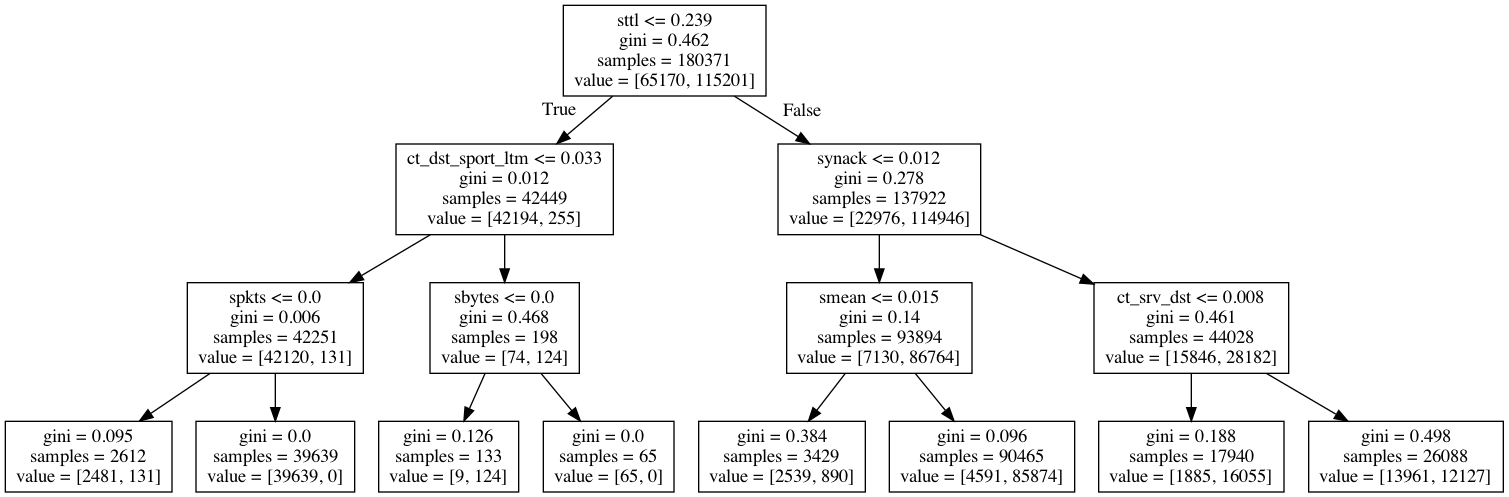
divyaKh/CMPE255Project keeps this Graphviz diagram as 5.ML_Models/baseline/images/decisionTree_minmax.png. Above is the earlier version. Its source is kept beside it as 5.ML_Models/baseline/images/decisionTree_minmax.dot. Its diagram source:
```dot
digraph Tree {
node [shape=box] ;
0 [label="sttl <= 0.239\ngini = 0.462\nsamples = 180371\nvalue = [65170, 115201]"] ;
1 [label="ct_dst_sport_ltm <= 0.033\ngini = 0.012\nsamples = 42449\nvalue = [42194, 255]"] ;
0 -> 1 [labeldistance=2.5, labelangle=45, headlabel="True"] ;
2 [label="spkts <= 0.0\ngini = 0.006\nsamples = 42251\nvalue = [42120, 131]"] ;
1 -> 2 ;
3 [label="gini = 0.095\nsamples = 2612\nvalue = [2481, 131]"] ;
2 -> 3 ;
4 [label="gini = 0.0\nsamples = 39639\nvalue = [39639, 0]"] ;
2 -> 4 ;
5 [label="sbytes <= 0.0\ngini = 0.468\nsamples = 198\nvalue = [74, 124]"] ;
1 -> 5 ;
6 [label="gini = 0.126\nsamples = 133\nvalue = [9, 124]"] ;
5 -> 6 ;
7 [label="gini = 0.0\nsamples = 65\nvalue = [65, 0]"] ;
5 -> 7 ;
8 [label="synack <= 0.012\ngini = 0.278\nsamples = 137922\nvalue = [22976, 114946]"] ;
0 -> 8 [labeldistance=2.5, labelangle=-45, headlabel="False"] ;
9 [label="smean <= 0.015\ngini = 0.14\nsamples = 93894\nvalue = [7130, 86764]"] ;
8 -> 9 ;
10 [label="gini = 0.384\nsamples = 3429\nvalue = [2539, 890]"] ;
9 -> 10 ;
11 [label="gini = 0.096\nsamples = 90465\nvalue = [4591, 85874]"] ;
9 -> 11 ;
12 [label="ct_srv_dst <= 0.008\ngini = 0.461\nsamples = 44028\nvalue = [15846, 28182]"] ;
8 -> 12 ;
13 [label="gini = 0.188\nsamples = 17940\nvalue = [1885, 16055]"] ;
12 -> 13 ;
14 [label="gini = 0.498\nsamples = 26088\nvalue = [13961, 12127]"] ;
12 -> 14 ;
}
```
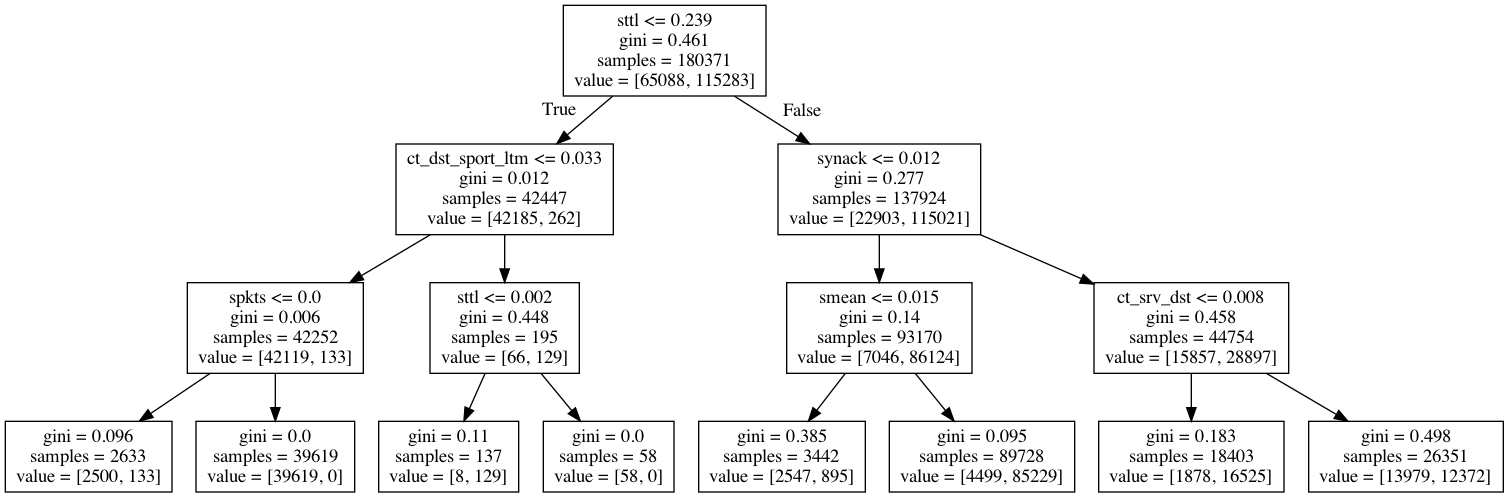
The same file after the commit.

Diff of the diagram source:
```diff
@@ -1,32 +1,32 @@
 digraph Tree {
 node [shape=box] ;
-0 [label="sttl <= 0.239\ngini = 0.462\nsamples = 180371\nvalue = [65170, 115201]"] ;
-1 [label="ct_dst_sport_ltm <= 0.033\ngini = 0.012\nsamples = 42449\nvalue = [42194, 255]"] ;
+0 [label="sttl <= 0.239\ngini = 0.461\nsamples = 180371\nvalue = [65088, 115283]"] ;
+1 [label="ct_dst_sport_ltm <= 0.033\ngini = 0.012\nsamples = 42447\nvalue = [42185, 262]"] ;
 0 -> 1 [labeldistance=2.5, labelangle=45, headlabel="True"] ;
-2 [label="spkts <= 0.0\ngini = 0.006\nsamples = 42251\nvalue = [42120, 131]"] ;
+2 [label="spkts <= 0.0\ngini = 0.006\nsamples = 42252\nvalue = [42119, 133]"] ;
 1 -> 2 ;
-3 [label="gini = 0.095\nsamples = 2612\nvalue = [2481, 131]"] ;
+3 [label="gini = 0.096\nsamples = 2633\nvalue = [2500, 133]"] ;
 2 -> 3 ;
-4 [label="gini = 0.0\nsamples = 39639\nvalue = [39639, 0]"] ;
+4 [label="gini = 0.0\nsamples = 39619\nvalue = [39619, 0]"] ;
 2 -> 4 ;
-5 [label="sbytes <= 0.0\ngini = 0.468\nsamples = 198\nvalue = [74, 124]"] ;
+5 [label="sttl <= 0.002\ngini = 0.448\nsamples = 195\nvalue = [66, 129]"] ;
 1 -> 5 ;
-6 [label="gini = 0.126\nsamples = 133\nvalue = [9, 124]"] ;
+6 [label="gini = 0.11\nsamples = 137\nvalue = [8, 129]"] ;
 5 -> 6 ;
-7 [label="gini = 0.0\nsamples = 65\nvalue = [65, 0]"] ;
+7 [label="gini = 0.0\nsamples = 58\nvalue = [58, 0]"] ;
 5 -> 7 ;
-8 [label="synack <= 0.012\ngini = 0.278\nsamples = 137922\nvalue = [22976, 114946]"] ;
+8 [label="synack <= 0.012\ngini = 0.277\nsamples = 137924\nvalue = [22903, 115021]"] ;
 0 -> 8 [labeldistance=2.5, labelangle=-45, headlabel="False"] ;
-9 [label="smean <= 0.015\ngini = 0.14\nsamples = 93894\nvalue = [7130, 86764]"] ;
+9 [label="smean <= 0.015\ngini = 0.14\nsamples = 93170\nvalue = [7046, 86124]"] ;
 8 -> 9 ;
-10 [label="gini = 0.384\nsamples = 3429\nvalue = [2539, 890]"] ;
+10 [label="gini = 0.385\nsamples = 3442\nvalue = [2547, 895]"] ;
 9 -> 10 ;
-11 [label="gini = 0.096\nsamples = 90465\nvalue = [4591, 85874]"] ;
+11 [label="gini = 0.095\nsamples = 89728\nvalue = [4499, 85229]"] ;
 9 -> 11 ;
-12 [label="ct_srv_dst <= 0.008\ngini = 0.461\nsamples = 44028\nvalue = [15846, 28182]"] ;
+12 [label="ct_srv_dst <= 0.008\ngini = 0.458\nsamples = 44754\nvalue = [15857, 28897]"] ;
 8 -> 12 ;
-13 [label="gini = 0.188\nsamples = 17940\nvalue = [1885, 16055]"] ;
+13 [label="gini = 0.183\nsamples = 18403\nvalue = [1878, 16525]"] ;
 12 -> 13 ;
-14 [label="gini = 0.498\nsamples = 26088\nvalue = [13961, 12127]"] ;
+14 [label="gini = 0.498\nsamples = 26351\nvalue = [13979, 12372]"] ;
 12 -> 14 ;
 }
```
